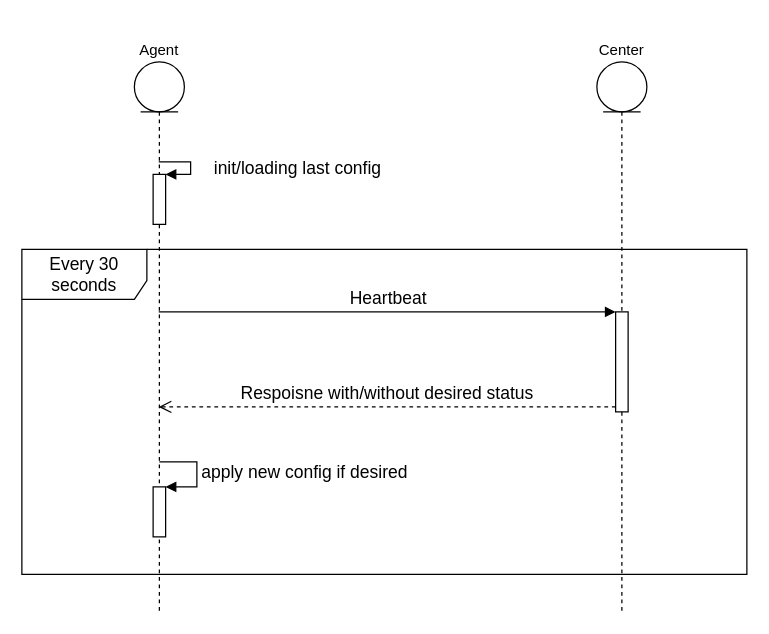
formula1kimi/draw.io keeps this draw.io diagram as page "Page-3" (3 of 3) of tc-platform.drawio. Above is the earlier version. Source tidied: cells renumbered, new cells numbered last; positions are measured from the earlier drawing's top-left corner, leaving out a move shared by most shapes. Both pictures are drawn from the tidied source at 125%, with x=0, y=0 at pixel (21, 61).
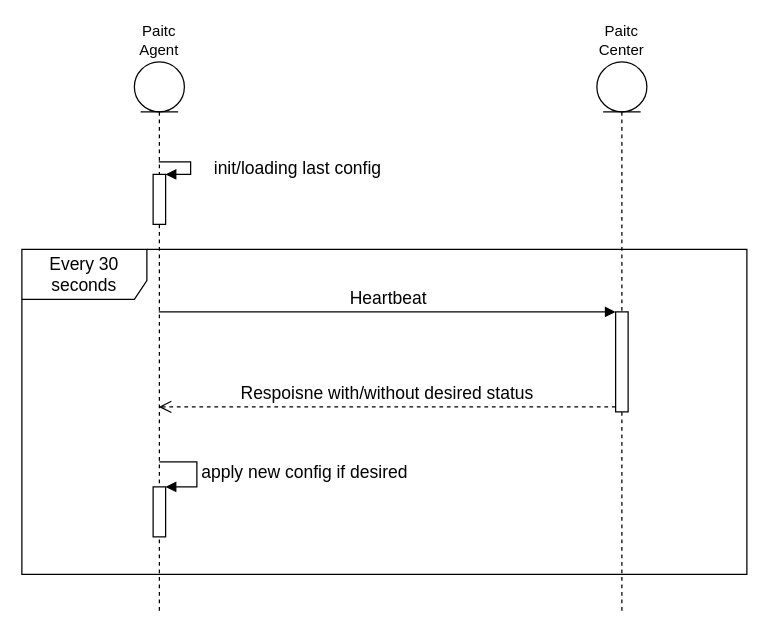
The same page after the edit.

The edit, as a diff of the source:
```diff
@@
 <mxGraphModel>
   <root>
     <mxCell id="0" />
     <mxCell id="1" parent="0" />
-    <mxCell id="2" value="Agent" style="shape=umlLifeline;participant=umlEntity;perimeter=lifelinePerimeter;whiteSpace=wrap;html=1;verticalAlign=bottom;spacingTop=36;outlineConnect=0;labelPosition=center;verticalLabelPosition=top;align=center;" parent="1" vertex="1">
+    <mxCell id="2" value="Paitc Agent" style="shape=umlLifeline;participant=umlEntity;perimeter=lifelinePerimeter;whiteSpace=wrap;html=1;verticalAlign=bottom;spacingTop=36;outlineConnect=0;labelPosition=center;verticalLabelPosition=top;align=center;" parent="1" vertex="1">
       <mxGeometry x="90" width="40" height="440" as="geometry" />
     </mxCell>
     <mxCell id="3" style="html=1;points=[];perimeter=orthogonalPerimeter;fontSize=14;" parent="2" vertex="1">
       <mxGeometry x="15" y="90" width="10" height="40" as="geometry" />
     </mxCell>
     <mxCell id="4" value="init/loading last config" style="edgeStyle=orthogonalEdgeStyle;html=1;align=left;spacingLeft=2;endArrow=block;rounded=0;entryX=1;entryY=0;fontSize=14;" parent="2" edge="1" source="2" target="3">
       <mxGeometry x="0.07" y="15" relative="1" as="geometry">
         <Array as="points">
           <mxPoint x="45" y="80" />
           <mxPoint x="45" y="90" />
         </Array>
       </mxGeometry>
     </mxCell>
     <mxCell id="5" style="html=1;points=[];perimeter=orthogonalPerimeter;fontSize=14;" parent="2" vertex="1">
       <mxGeometry x="15" y="340" width="10" height="40" as="geometry" />
     </mxCell>
     <mxCell id="6" value="apply new config if desired" style="edgeStyle=orthogonalEdgeStyle;html=1;align=left;spacingLeft=2;endArrow=block;rounded=0;entryX=1;entryY=0;fontSize=14;" parent="2" edge="1" target="5">
       <mxGeometry relative="1" as="geometry">
         <mxPoint x="20" y="320" as="sourcePoint" />
         <Array as="points">
           <mxPoint x="50" y="320" />
         </Array>
       </mxGeometry>
     </mxCell>
-    <mxCell id="7" value="Center" style="shape=umlLifeline;participant=umlEntity;perimeter=lifelinePerimeter;whiteSpace=wrap;html=1;verticalAlign=bottom;spacingTop=36;labelPosition=center;verticalLabelPosition=top;align=center;" parent="1" vertex="1">
+    <mxCell id="7" value="Paitc Center" style="shape=umlLifeline;participant=umlEntity;perimeter=lifelinePerimeter;whiteSpace=wrap;html=1;verticalAlign=bottom;spacingTop=36;labelPosition=center;verticalLabelPosition=top;align=center;" parent="1" vertex="1">
       <mxGeometry x="460" width="40" height="440" as="geometry" />
     </mxCell>
     <mxCell id="8" style="html=1;points=[];perimeter=orthogonalPerimeter;" parent="1" vertex="1">
       <mxGeometry x="475" y="200" width="10" height="80" as="geometry" />
     </mxCell>
     <mxCell id="9" value="Heartbeat" style="html=1;verticalAlign=bottom;endArrow=block;entryX=0;entryY=0;fontSize=14;" parent="1" edge="1" target="8">
       <mxGeometry relative="1" as="geometry">
         <mxPoint x="109.5" y="200" as="sourcePoint" />
       </mxGeometry>
     </mxCell>
     <mxCell id="10" value="Respoisne with/without desired status" style="html=1;verticalAlign=bottom;endArrow=open;dashed=1;endSize=8;exitX=0;exitY=0.95;fontSize=14;" parent="1" edge="1" source="8">
       <mxGeometry relative="1" as="geometry">
         <mxPoint x="109.5" y="276" as="targetPoint" />
       </mxGeometry>
     </mxCell>
     <mxCell id="11" value="Every 30 seconds" style="shape=umlFrame;whiteSpace=wrap;html=1;fontSize=14;width=100;height=40;" parent="1" vertex="1">
       <mxGeometry y="150" width="580" height="260" as="geometry" />
     </mxCell>
   </root>
 </mxGraphModel>
```
